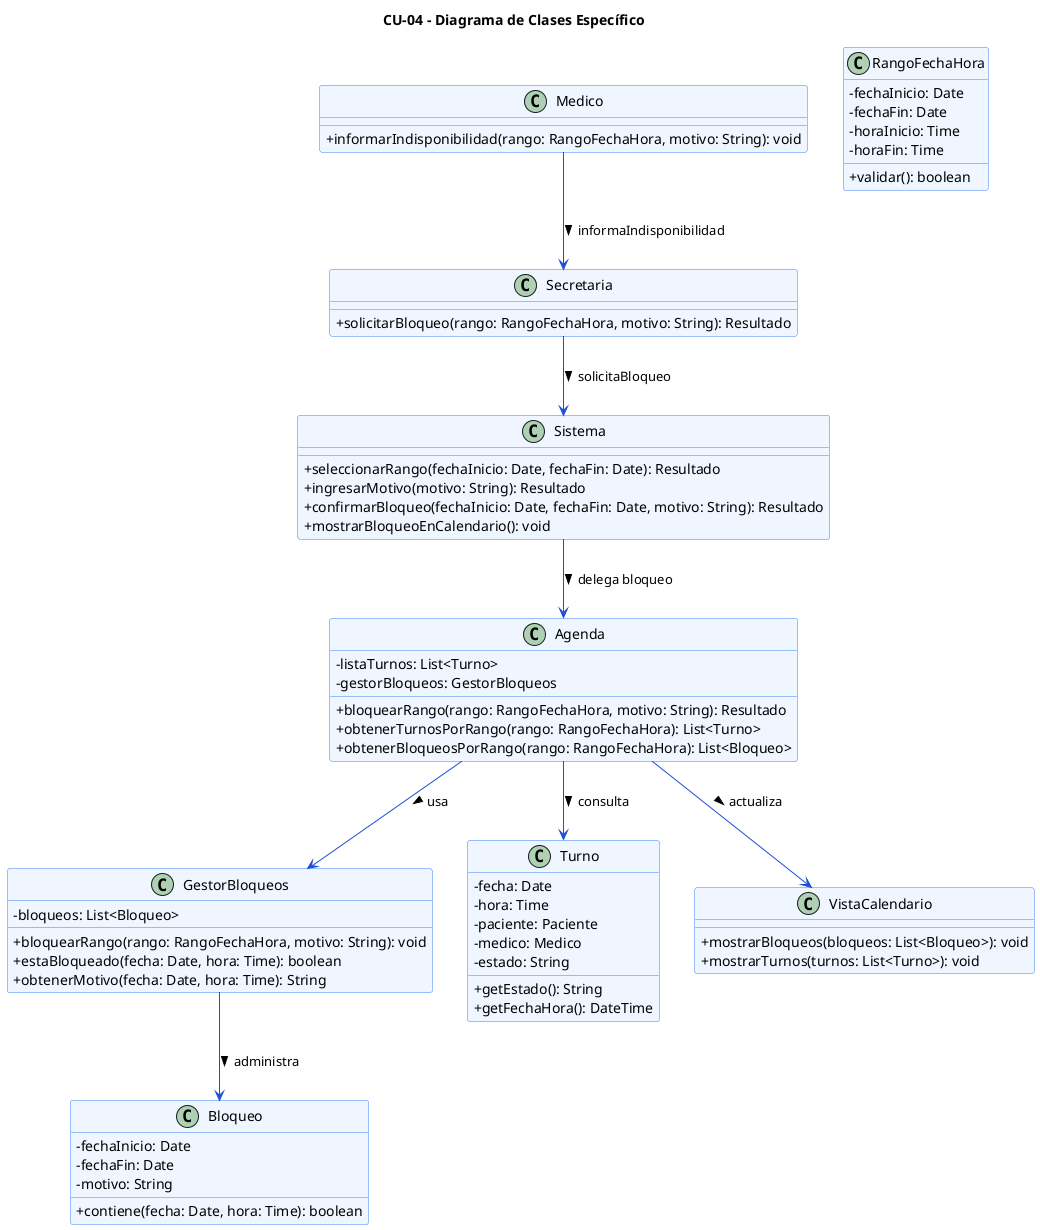
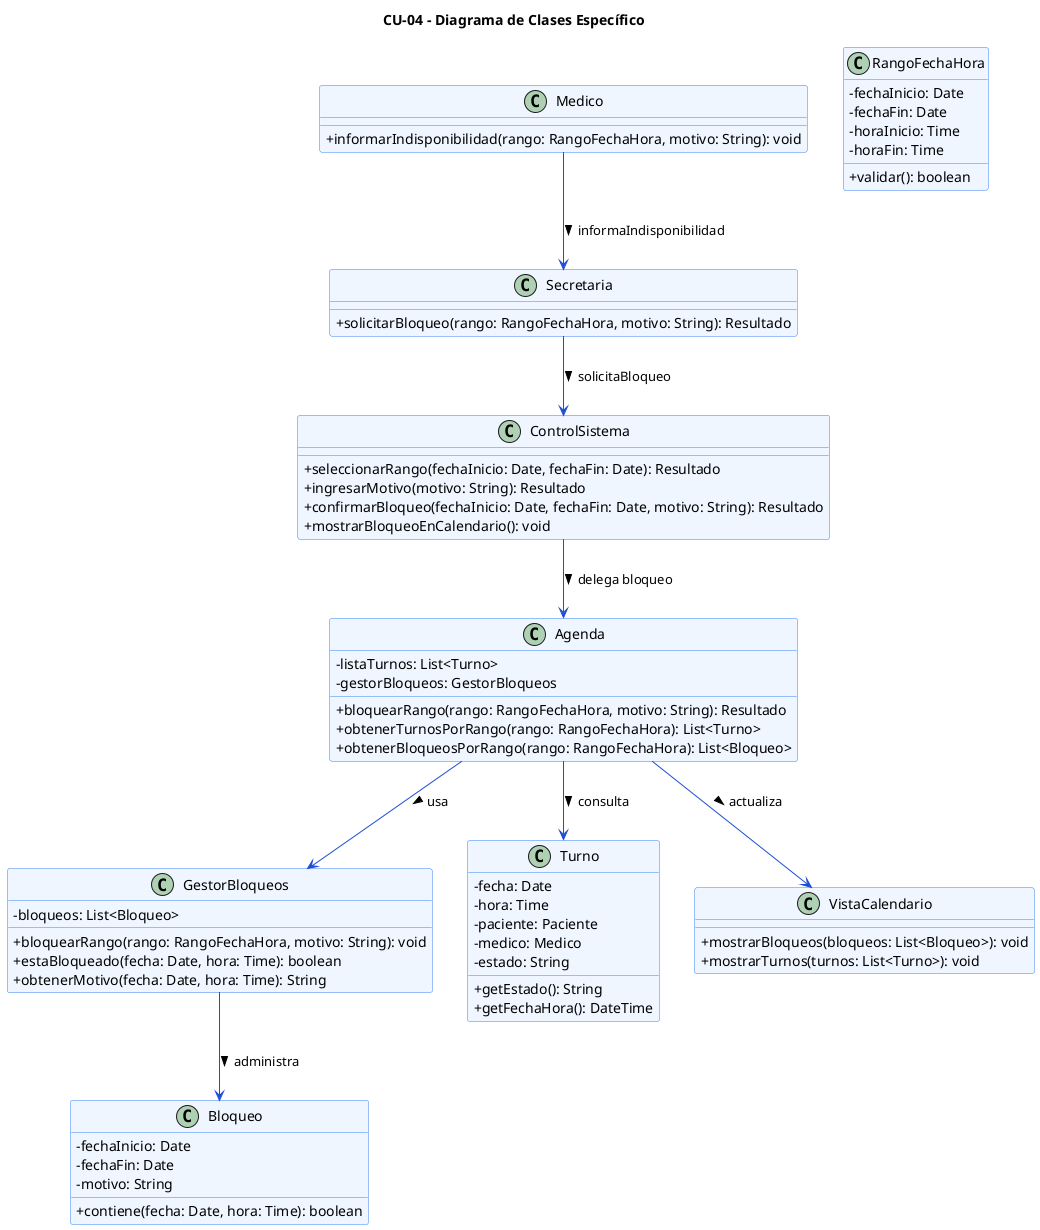
@startuml CU04-Clases-Bloquear-Horarios
skinparam classAttributeIconSize 0
skinparam class {
    BackgroundColor #EFF6FF
    BorderColor #3B82F6
    ArrowColor #1D4ED8
}

title CU-04 - Diagrama de Clases Específico

class Secretaria {
    + solicitarBloqueo(rango: RangoFechaHora, motivo: String): Resultado
}

class Medico {
    + informarIndisponibilidad(rango: RangoFechaHora, motivo: String): void
}

class Agenda {
    - listaTurnos: List<Turno>
    - gestorBloqueos: GestorBloqueos
    + bloquearRango(rango: RangoFechaHora, motivo: String): Resultado
    + obtenerTurnosPorRango(rango: RangoFechaHora): List<Turno>
    + obtenerBloqueosPorRango(rango: RangoFechaHora): List<Bloqueo>
}

class GestorBloqueos {
    - bloqueos: List<Bloqueo>
    + bloquearRango(rango: RangoFechaHora, motivo: String): void
    + estaBloqueado(fecha: Date, hora: Time): boolean
    + obtenerMotivo(fecha: Date, hora: Time): String
}

class Bloqueo {
    - fechaInicio: Date
    - fechaFin: Date
    - motivo: String
    + contiene(fecha: Date, hora: Time): boolean
}

class Turno {
    - fecha: Date
    - hora: Time
    - paciente: Paciente
    - medico: Medico
    - estado: String
    + getEstado(): String
    + getFechaHora(): DateTime
}

class VistaCalendario {
    + mostrarBloqueos(bloqueos: List<Bloqueo>): void
    + mostrarTurnos(turnos: List<Turno>): void
}

class RangoFechaHora {
    - fechaInicio: Date
    - fechaFin: Date
    - horaInicio: Time
    - horaFin: Time
    + validar(): boolean
}

- class Sistema {
+ class ControlSistema {
    + seleccionarRango(fechaInicio: Date, fechaFin: Date): Resultado
    + ingresarMotivo(motivo: String): Resultado
    + confirmarBloqueo(fechaInicio: Date, fechaFin: Date, motivo: String): Resultado
    + mostrarBloqueoEnCalendario(): void
}

- Secretaria --> Sistema : solicitaBloqueo >
- Sistema --> Agenda : delega bloqueo >
+ Secretaria --> ControlSistema : solicitaBloqueo >
+ ControlSistema --> Agenda : delega bloqueo >
Medico --> Secretaria : informaIndisponibilidad >
Agenda --> GestorBloqueos : usa >
Agenda --> Turno : consulta >
Agenda --> VistaCalendario : actualiza >
GestorBloqueos --> Bloqueo : administra >
@enduml